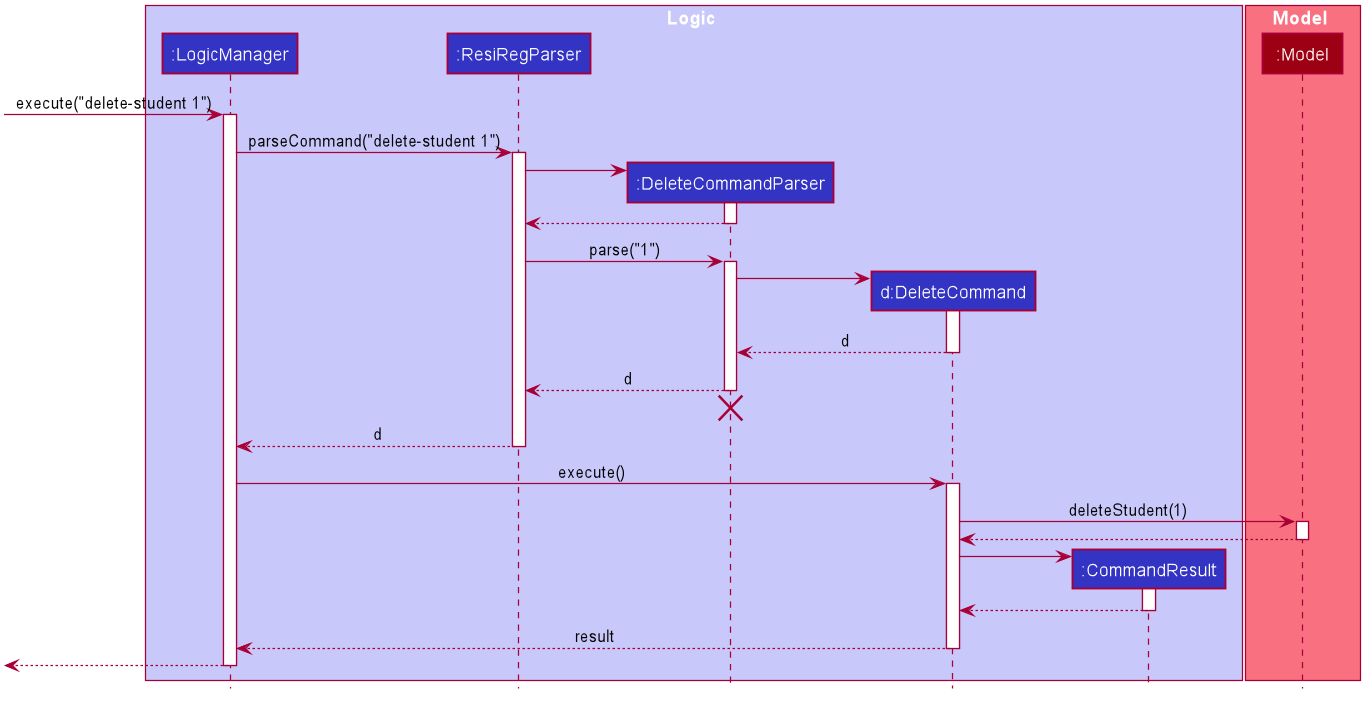
Before: docs/images/DeleteSequenceDiagram.png, a diagram exported from PlantUML (nus-cs2103-AY2021S1/tp).
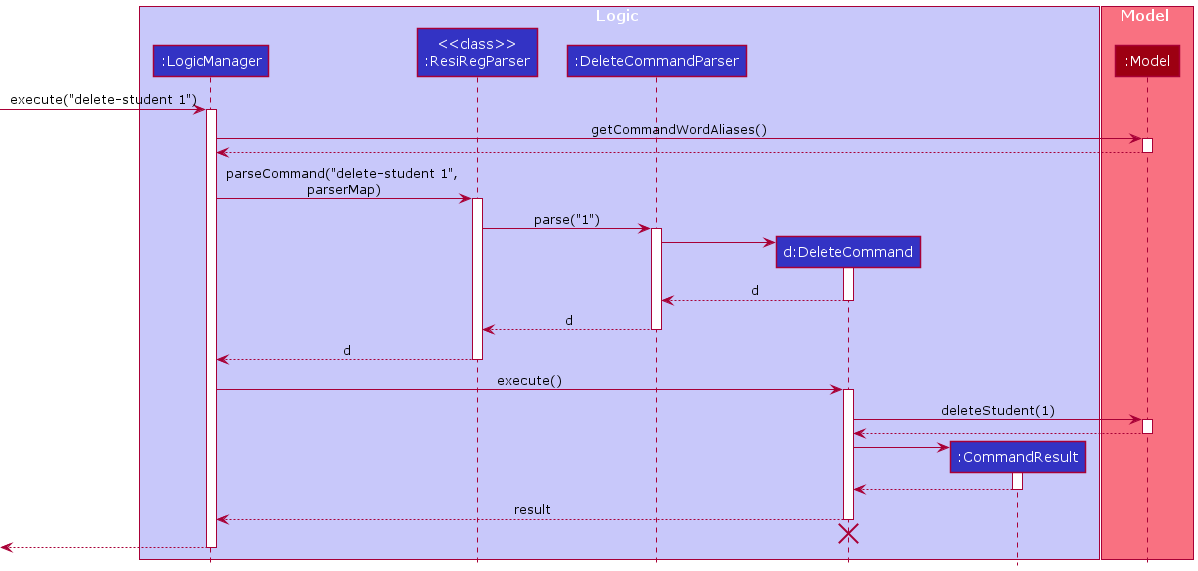
Above is the later version.

Commit message:
Make ResiRegParser#parseCommand static in sequence diagrams

Diff of the diagram source:
```diff
@@ -1,77 +1,28 @@
 @startuml
+!include style.puml
 
-
-
-
-
-
-
-
-skinparam BackgroundColor #FFFFFFF
-
-skinparam Shadowing false
-
-skinparam Class {
-    FontColor #FFFFFF
-    BorderThickness 1
-    BorderColor #FFFFFF
-    StereotypeFontColor #FFFFFF
-    FontName Arial
-}
-
-skinparam Actor {
-    BorderColor #000000
-    Color #000000
-    FontName Arial
-}
-
-skinparam Sequence {
-    MessageAlign center
-    BoxFontSize 15
-    BoxPadding 0
-    BoxFontColor #FFFFFF
-    FontName Arial
-}
-
-skinparam Participant {
-    FontColor #FFFFFFF
-    Padding 20
-}
-
-skinparam MinClassWidth 50
-skinparam ParticipantPadding 10
-skinparam Shadowing false
-skinparam DefaultTextAlignment center
-skinparam packageStyle Rectangle
-
-hide footbox
-hide members
-hide circle
-
-box Logic #C8C8FA
-participant ":LogicManager" as LogicManager #3333C4
-participant ":ResiRegParser" as ResiRegParser #3333C4
-participant ":DeleteCommandParser" as DeleteCommandParser #3333C4
-participant "d:DeleteCommand" as DeleteCommand #3333C4
-participant ":CommandResult" as CommandResult #3333C4
+box Logic LOGIC_COLOR_T1
+participant ":LogicManager" as LogicManager LOGIC_COLOR
+participant "<<class>>\n:ResiRegParser" as ResiRegParser LOGIC_COLOR
+participant ":DeleteCommandParser" as DeleteCommandParser LOGIC_COLOR
+participant "d:DeleteCommand" as DeleteCommand LOGIC_COLOR
+participant ":CommandResult" as CommandResult LOGIC_COLOR
 end box
 
-box Model #F97181
-participant ":Model" as Model #9D0012
+box Model MODEL_COLOR_T1
+participant ":Model" as Model MODEL_COLOR
 end box
 
 [-> LogicManager : execute("delete-student 1")
 activate LogicManager
 
-LogicManager -> ResiRegParser : parseCommand("delete-student 1")
+LogicManager -> Model : getCommandWordAliases()
+activate Model
+Model --> LogicManager
+deactivate Model
+
+LogicManager -> ResiRegParser : parseCommand("delete-student 1", \nparserMap)
 activate ResiRegParser
-
-create DeleteCommandParser
-ResiRegParser -> DeleteCommandParser
-activate DeleteCommandParser
-
-DeleteCommandParser --> ResiRegParser
-deactivate DeleteCommandParser
 
 ResiRegParser -> DeleteCommandParser : parse("1")
 activate DeleteCommandParser
@@ -85,8 +36,6 @@
 
 DeleteCommandParser --> ResiRegParser : d
 deactivate DeleteCommandParser
-DeleteCommandParser -[hidden]-> ResiRegParser
-destroy DeleteCommandParser
 
 ResiRegParser --> LogicManager : d
 deactivate ResiRegParser
@@ -110,6 +59,9 @@
 DeleteCommand --> LogicManager : result
 deactivate DeleteCommand
 
+DeleteCommand -[hidden]-> ResiRegParser
+destroy DeleteCommand
+
 [<--LogicManager
 deactivate LogicManager
 @enduml
```
